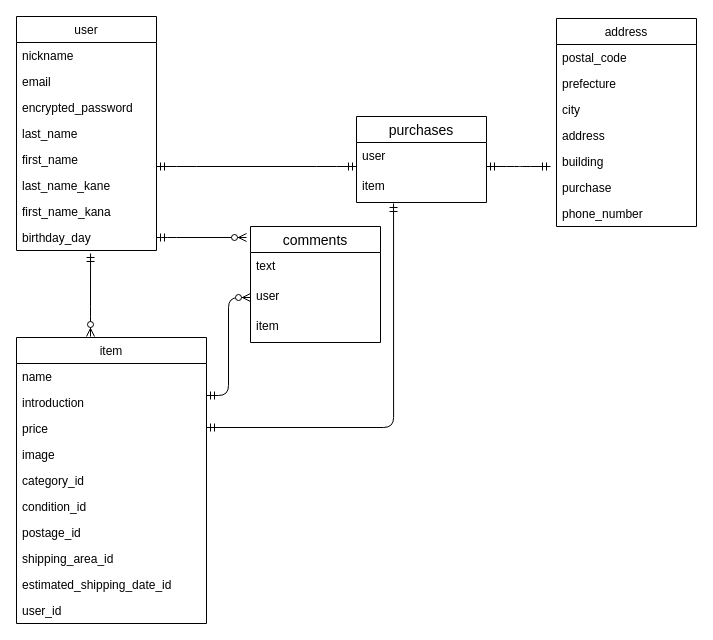
This is furima-31996.dio from mr0216/furima-31996, a draw.io file, before an edit. Source tidied: cells renumbered, new cells numbered last; positions are measured from the earlier drawing's top-left corner, leaving out a move shared by most shapes. Both pictures are drawn from the tidied source at 100%, with x=0, y=0 at pixel (16, 16).
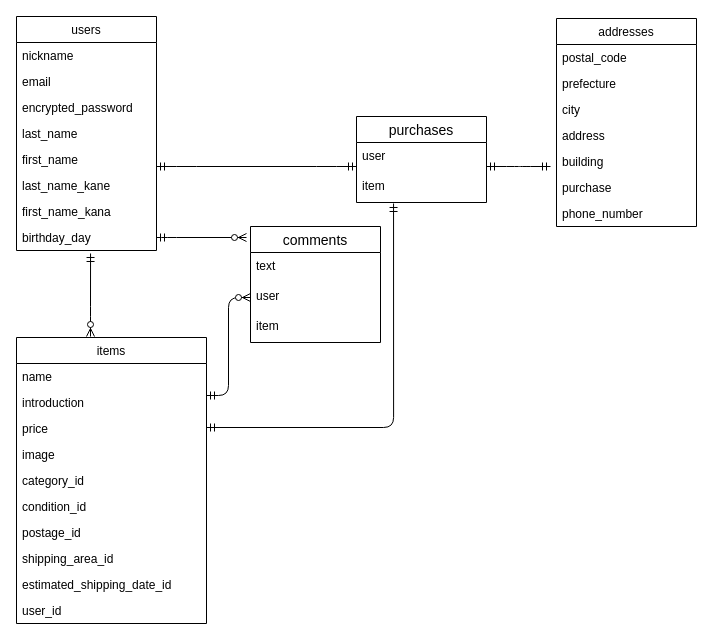
Above is the later version.

What changed in the source:
```diff
@@
-    <mxCell id="2" value="user" style="swimlane;fontStyle=0;horizontal=1;startSize=26;fillColor=none;" parent="1" vertex="1">
+    <mxCell id="2" value="users" style="swimlane;fontStyle=0;horizontal=1;startSize=26;fillColor=none;" parent="1" vertex="1">
       <mxGeometry width="140" height="234" as="geometry" />
     </mxCell>
@@
-    <mxCell id="12" value="item" style="swimlane;fontStyle=0;horizontal=1;startSize=26;fillColor=none;" parent="1" vertex="1">
+    <mxCell id="12" value="items" style="swimlane;fontStyle=0;horizontal=1;startSize=26;fillColor=none;" parent="1" vertex="1">
       <mxGeometry y="321" width="190" height="286" as="geometry" />
     </mxCell>
@@
-    <mxCell id="35" value="address" style="swimlane;fontStyle=0;horizontal=1;startSize=26;fillColor=none;" parent="1" vertex="1">
+    <mxCell id="35" value="addresses" style="swimlane;fontStyle=0;horizontal=1;startSize=26;fillColor=none;" parent="1" vertex="1">
       <mxGeometry x="540" y="2" width="140" height="208" as="geometry" />
     </mxCell>
```
